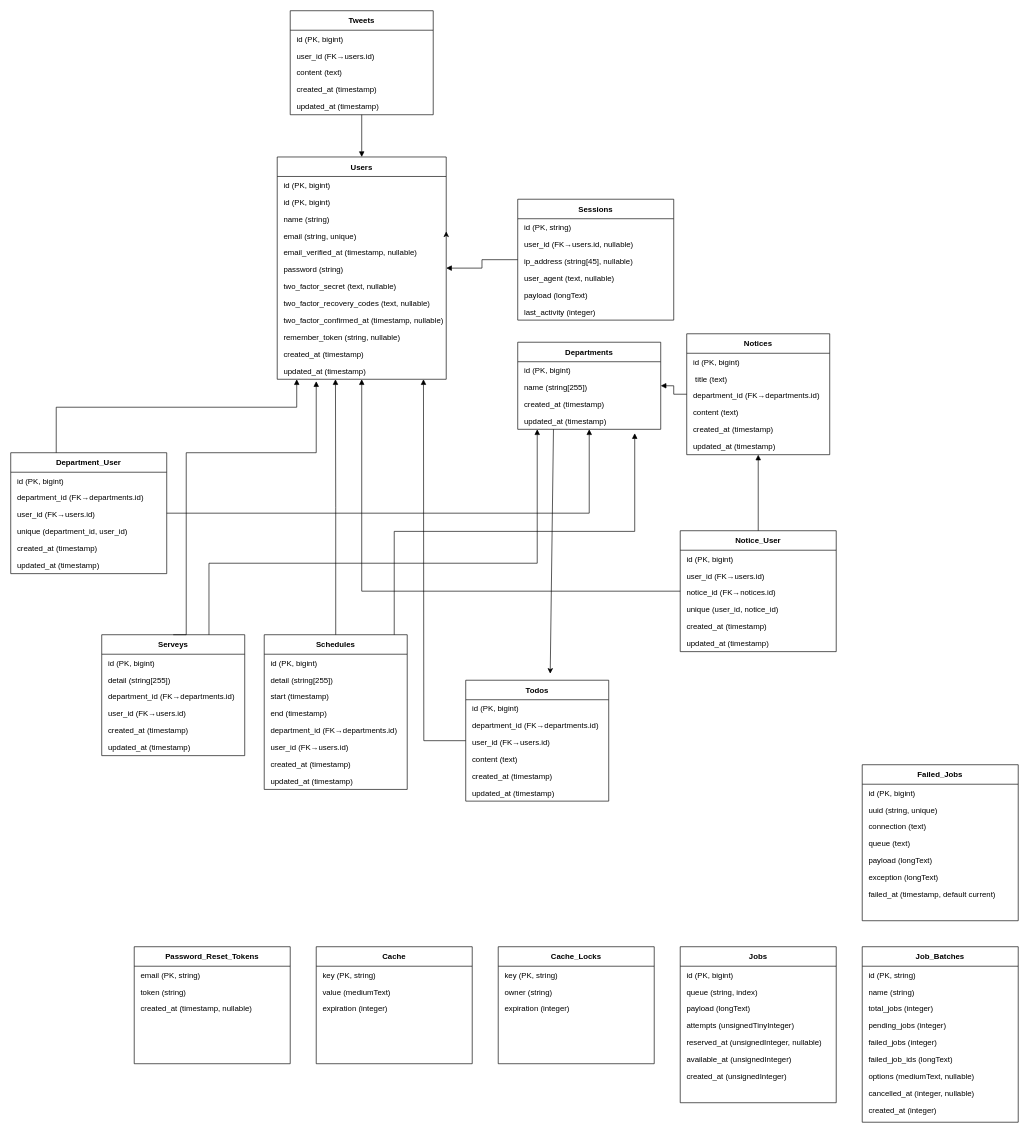
Above: ER.drawio in kinotake/laravel12_templete-React- (draw.io), before the change. Source tidied: cells renumbered, new cells numbered last; positions are measured from the earlier drawing's top-left corner, leaving out a move shared by most shapes. Both pictures are drawn from the tidied source at 65%, with x=0, y=0 at pixel (10, 10).
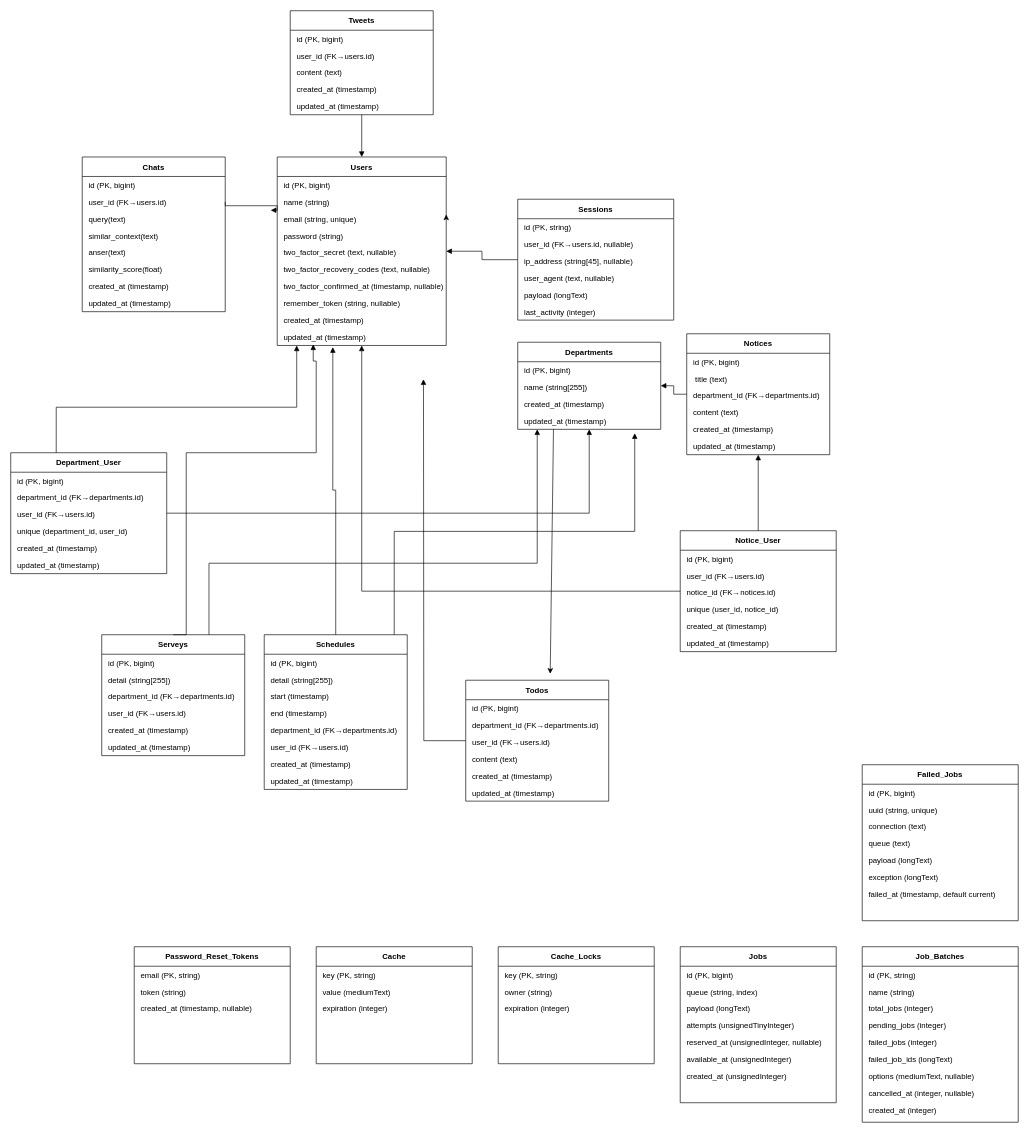
The same diagram, later.

Unchanged cells that the change refers to:
```xml
<mxCell id="109" value="Schedules" style="shape=swimlane;fontStyle=1;horizontal=1;startSize=30;rounded=0;shadow=0;" parent="1" vertex="1">
  <mxGeometry x="390" y="960" width="220" height="238" as="geometry" />
</mxCell>
<mxCell id="120" value="Serveys" style="shape=swimlane;fontStyle=1;horizontal=1;startSize=30;rounded=0;shadow=0;" parent="1" vertex="1">
  <mxGeometry x="140" y="960" width="220" height="186" as="geometry" />
</mxCell>
```

Diff of the diagram source:
```diff
@@
     <mxCell id="2" value="Users" style="shape=swimlane;fontStyle=1;horizontal=1;startSize=30;rounded=0;shadow=0;" parent="1" vertex="1">
-      <mxGeometry x="410" y="225" width="260" height="342" as="geometry" />
+      <mxGeometry x="410" y="225" width="260" height="290" as="geometry" />
     </mxCell>
@@
-    <mxCell id="4" value="id (PK, bigint)" style="text;strokeColor=none;fillColor=none;align=left;verticalAlign=middle;spacingLeft=8;fontSize=12;" parent="2" vertex="1">
-      <mxGeometry y="56" width="260" height="26" as="geometry" />
-    </mxCell>
     <mxCell id="5" value="name (string)" style="text;strokeColor=none;fillColor=none;align=left;verticalAlign=middle;spacingLeft=8;fontSize=12;" parent="2" vertex="1">
-      <mxGeometry y="82" width="260" height="26" as="geometry" />
+      <mxGeometry y="56" width="260" height="26" as="geometry" />
     </mxCell>
     <mxCell id="6" value="email (string, unique)" style="text;strokeColor=none;fillColor=none;align=left;verticalAlign=middle;spacingLeft=8;fontSize=12;" parent="2" vertex="1">
-      <mxGeometry y="108" width="260" height="26" as="geometry" />
+      <mxGeometry y="82" width="260" height="26" as="geometry" />
     </mxCell>
-    <mxCell id="7" value="email_verified_at (timestamp, nullable)" style="text;strokeColor=none;fillColor=none;align=left;verticalAlign=middle;spacingLeft=8;fontSize=12;" parent="2" vertex="1">
-      <mxGeometry y="134" width="260" height="26" as="geometry" />
-    </mxCell>
+    <mxCell id="129" style="edgeStyle=none;html=1;exitX=0.25;exitY=0;exitDx=0;exitDy=0;entryX=0.25;entryY=0;entryDx=0;entryDy=0;" parent="2" edge="1" target="8">
+      <mxGeometry relative="1" as="geometry">
+        <mxPoint x="65" y="108" as="sourcePoint" />
+      </mxGeometry>
+    </mxCell>
     <mxCell id="8" value="password (string)" style="text;strokeColor=none;fillColor=none;align=left;verticalAlign=middle;spacingLeft=8;fontSize=12;" parent="2" vertex="1">
-      <mxGeometry y="160" width="260" height="26" as="geometry" />
+      <mxGeometry y="108" width="260" height="26" as="geometry" />
     </mxCell>
     <mxCell id="9" value="two_factor_secret (text, nullable)" style="text;strokeColor=none;fillColor=none;align=left;verticalAlign=middle;spacingLeft=8;fontSize=12;" parent="2" vertex="1">
-      <mxGeometry y="186" width="260" height="26" as="geometry" />
+      <mxGeometry y="134" width="260" height="26" as="geometry" />
     </mxCell>
     <mxCell id="10" value="two_factor_recovery_codes (text, nullable)" style="text;strokeColor=none;fillColor=none;align=left;verticalAlign=middle;spacingLeft=8;fontSize=12;" parent="2" vertex="1">
-      <mxGeometry y="212" width="260" height="26" as="geometry" />
+      <mxGeometry y="160" width="260" height="26" as="geometry" />
     </mxCell>
     <mxCell id="11" value="two_factor_confirmed_at (timestamp, nullable)" style="text;strokeColor=none;fillColor=none;align=left;verticalAlign=middle;spacingLeft=8;fontSize=12;" parent="2" vertex="1">
-      <mxGeometry y="238" width="260" height="26" as="geometry" />
+      <mxGeometry y="186" width="260" height="26" as="geometry" />
     </mxCell>
     <mxCell id="12" value="remember_token (string, nullable)" style="text;strokeColor=none;fillColor=none;align=left;verticalAlign=middle;spacingLeft=8;fontSize=12;" parent="2" vertex="1">
-      <mxGeometry y="264" width="260" height="26" as="geometry" />
+      <mxGeometry y="212" width="260" height="26" as="geometry" />
     </mxCell>
     <mxCell id="13" value="created_at (timestamp)" style="text;strokeColor=none;fillColor=none;align=left;verticalAlign=middle;spacingLeft=8;fontSize=12;" parent="2" vertex="1">
-      <mxGeometry y="290" width="260" height="26" as="geometry" />
+      <mxGeometry y="238" width="260" height="26" as="geometry" />
     </mxCell>
     <mxCell id="14" value="updated_at (timestamp)" style="text;strokeColor=none;fillColor=none;align=left;verticalAlign=middle;spacingLeft=8;fontSize=12;" parent="2" vertex="1">
-      <mxGeometry y="316" width="260" height="26" as="geometry" />
+      <mxGeometry y="264" width="260" height="26" as="geometry" />
     </mxCell>
@@
-    <mxCell id="119" style="edgeStyle=orthogonalEdgeStyle;rounded=0;jettySize=auto;html=1;endArrow=block;endFill=1;exitX=0.5;exitY=0;exitDx=0;exitDy=0;" parent="1" edge="1" source="109">
-      <mxGeometry relative="1" as="geometry">
-        <mxPoint x="499.6" y="567" as="targetPoint" />
-      </mxGeometry>
+    <mxCell id="119" style="edgeStyle=orthogonalEdgeStyle;rounded=0;jettySize=auto;html=1;endArrow=block;endFill=1;exitX=0.5;exitY=0;exitDx=0;exitDy=0;entryX=0.329;entryY=1.099;entryDx=0;entryDy=0;entryPerimeter=0;" parent="1" edge="1" source="109" target="14">
+      <mxGeometry relative="1" as="geometry" />
     </mxCell>
@@
-    <mxCell id="127" style="edgeStyle=orthogonalEdgeStyle;rounded=0;jettySize=auto;html=1;endArrow=block;endFill=1;exitX=0.5;exitY=0;exitDx=0;exitDy=0;" parent="1" edge="1" source="120">
+    <mxCell id="127" style="edgeStyle=orthogonalEdgeStyle;rounded=0;jettySize=auto;html=1;endArrow=block;endFill=1;exitX=0.5;exitY=0;exitDx=0;exitDy=0;entryX=0.213;entryY=0.934;entryDx=0;entryDy=0;entryPerimeter=0;" parent="1" edge="1" source="120" target="14">
       <mxGeometry relative="1" as="geometry">
-        <mxPoint x="470" y="570" as="targetPoint" />
         <Array as="points">
           <mxPoint x="270" y="960" />
           <mxPoint x="270" y="680" />
           <mxPoint x="470" y="680" />
+          <mxPoint x="470" y="539" />
         </Array>
       </mxGeometry>
     </mxCell>
@@
+    <mxCell id="130" value="Chats" style="shape=swimlane;fontStyle=1;horizontal=1;startSize=30;rounded=0;shadow=0;" parent="1" vertex="1">
+      <mxGeometry x="110" y="225" width="220" height="238" as="geometry" />
+    </mxCell>
+    <mxCell id="4" value="id (PK, bigint)" style="text;strokeColor=none;fillColor=none;align=left;verticalAlign=middle;spacingLeft=8;fontSize=12;" parent="130" vertex="1">
+      <mxGeometry y="30" width="220" height="26" as="geometry" />
+    </mxCell>
+    <mxCell id="131" value="user_id (FK→users.id)" style="text;strokeColor=none;fillColor=none;align=left;verticalAlign=middle;spacingLeft=8;fontSize=12;" parent="130" vertex="1">
+      <mxGeometry y="56" width="220" height="26" as="geometry" />
+    </mxCell>
+    <mxCell id="132" value="query(text)" style="text;strokeColor=none;fillColor=none;align=left;verticalAlign=middle;spacingLeft=8;fontSize=12;" parent="130" vertex="1">
+      <mxGeometry y="82" width="220" height="26" as="geometry" />
+    </mxCell>
+    <mxCell id="133" value="similar_context(text)" style="text;strokeColor=none;fillColor=none;align=left;verticalAlign=middle;spacingLeft=8;fontSize=12;" parent="130" vertex="1">
+      <mxGeometry y="108" width="220" height="26" as="geometry" />
+    </mxCell>
+    <mxCell id="134" value="anser(text)" style="text;strokeColor=none;fillColor=none;align=left;verticalAlign=middle;spacingLeft=8;fontSize=12;" parent="130" vertex="1">
+      <mxGeometry y="134" width="220" height="26" as="geometry" />
+    </mxCell>
+    <mxCell id="135" value="similarity_score(float)" style="text;strokeColor=none;fillColor=none;align=left;verticalAlign=middle;spacingLeft=8;fontSize=12;" parent="130" vertex="1">
+      <mxGeometry y="160" width="220" height="26" as="geometry" />
+    </mxCell>
+    <mxCell id="136" value="created_at (timestamp)" style="text;strokeColor=none;fillColor=none;align=left;verticalAlign=middle;spacingLeft=8;fontSize=12;" parent="130" vertex="1">
+      <mxGeometry y="186" width="220" height="26" as="geometry" />
+    </mxCell>
+    <mxCell id="137" value="updated_at (timestamp)" style="text;strokeColor=none;fillColor=none;align=left;verticalAlign=middle;spacingLeft=8;fontSize=12;" parent="130" vertex="1">
+      <mxGeometry y="212" width="220" height="26" as="geometry" />
+    </mxCell>
+    <mxCell id="138" style="edgeStyle=orthogonalEdgeStyle;rounded=0;jettySize=auto;html=1;endArrow=block;endFill=1;exitX=1;exitY=0.5;exitDx=0;exitDy=0;" parent="1" edge="1" source="131">
+      <mxGeometry relative="1" as="geometry">
+        <mxPoint x="400" y="307" as="targetPoint" />
+        <Array as="points">
+          <mxPoint x="330" y="300" />
+          <mxPoint x="410" y="300" />
+          <mxPoint x="410" y="307" />
+        </Array>
+      </mxGeometry>
+    </mxCell>
```
